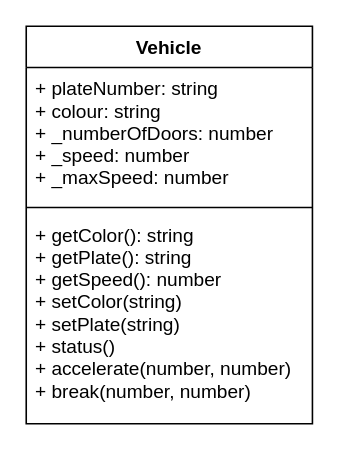
This is Unit2-05/Design/class.drawio from Samuel-Webster-178/ICS4U-Unit2-Samuel-Webster, a draw.io file, before an edit. Source tidied: cells renumbered, new cells numbered last; positions are measured from the earlier drawing's top-left corner, leaving out a move shared by most shapes. Both pictures are drawn from the tidied source at 159%, with x=0, y=0 at pixel (25, 25).
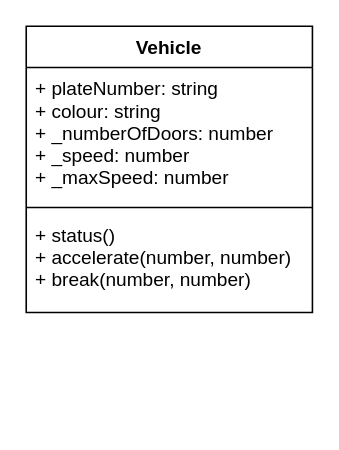
The same diagram, later.

Change to the diagram source:
```diff
@@
 <mxGraphModel>
   <root>
     <mxCell id="0" />
     <mxCell id="1" parent="0" />
     <mxCell id="2" value="Vehicle" style="swimlane;fontStyle=1;align=center;verticalAlign=top;horizontal=1;startSize=26;" parent="1" vertex="1">
-      <mxGeometry width="180" height="250" as="geometry" />
+      <mxGeometry width="180" height="180" as="geometry" />
     </mxCell>
     <mxCell id="3" value="+ plateNumber: string&#10;+ colour: string&#10;+ _numberOfDoors: number&#10;+ _speed: number&#10;+ _maxSpeed: number" style="text;strokeColor=none;fillColor=none;align=left;verticalAlign=top;spacingLeft=4;spacingRight=4;overflow=hidden;" parent="2" vertex="1">
       <mxGeometry y="26" width="180" height="84" as="geometry" />
     </mxCell>
     <mxCell id="4" style="line;strokeWidth=1;fillColor=none;align=left;verticalAlign=middle;spacingTop=-1;spacingLeft=3;spacingRight=3;labelPosition=right;strokeColor=inherit;" parent="2" vertex="1">
       <mxGeometry y="110" width="180" height="8" as="geometry" />
     </mxCell>
-    <mxCell id="5" value="+ getColor(): string&#10;+ getPlate(): string&#10;+ getSpeed(): number&#10;+ setColor(string)&#10;+ setPlate(string)&#10;+ status()&#10;+ accelerate(number, number)&#10;+ break(number, number)" style="text;strokeColor=none;fillColor=none;align=left;verticalAlign=top;spacingLeft=4;spacingRight=4;overflow=hidden;" parent="2" vertex="1">
-      <mxGeometry y="118" width="180" height="132" as="geometry" />
+    <mxCell id="5" value="+ status()&#10;+ accelerate(number, number)&#10;+ break(number, number)" style="text;strokeColor=none;fillColor=none;align=left;verticalAlign=top;spacingLeft=4;spacingRight=4;overflow=hidden;" parent="2" vertex="1">
+      <mxGeometry y="118" width="180" height="62" as="geometry" />
     </mxCell>
   </root>
 </mxGraphModel>
```
